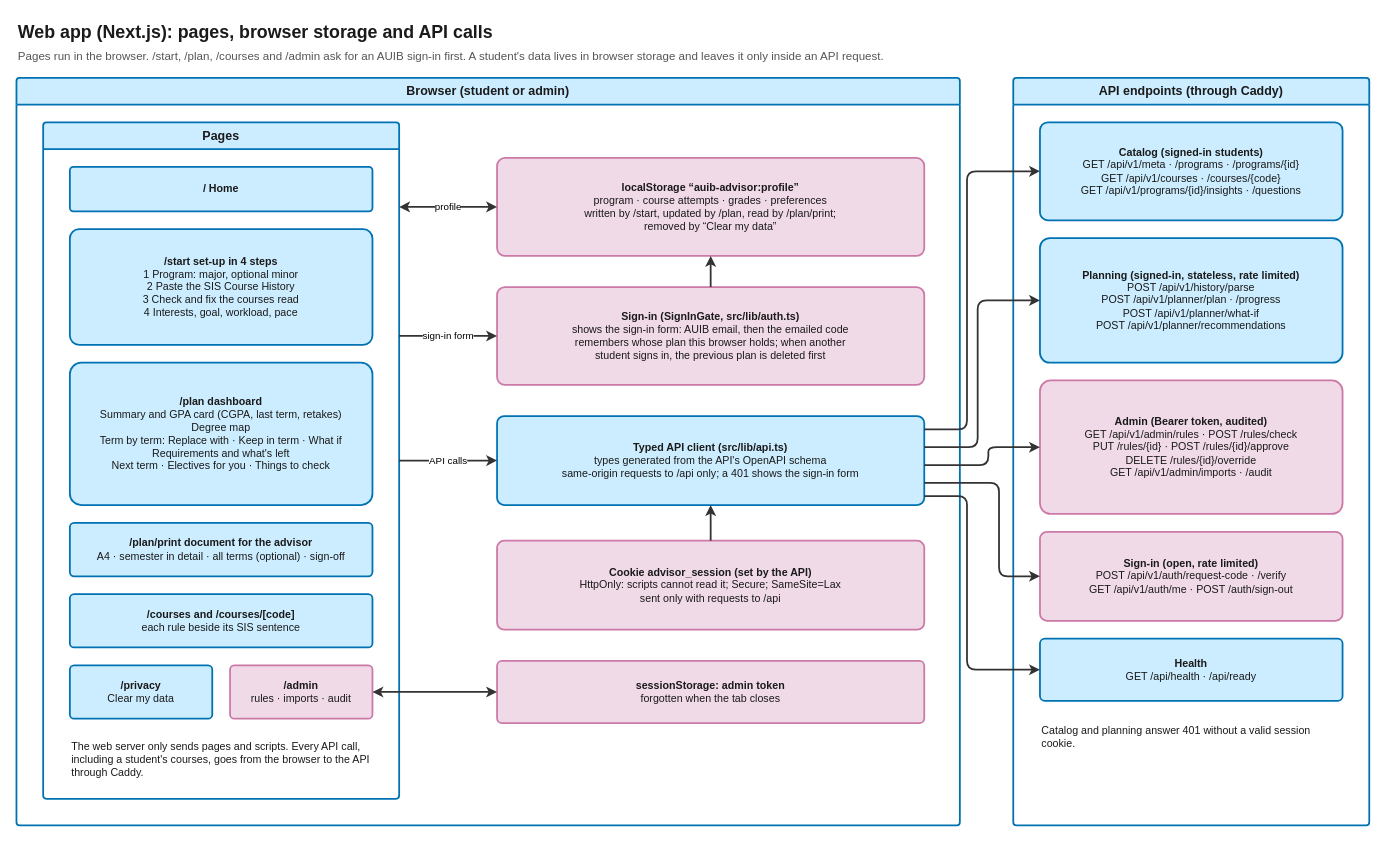
The draw.io diagram docs/diagrams/02-web-app.drawio in zaniixx/AUIB-Academic-Advisor, before the edit. Source tidied: cells renumbered, new cells numbered last; positions are measured from the earlier drawing's top-left corner, leaving out a move shared by most shapes. Both pictures are drawn from the tidied source at 89%, with x=0, y=0 at pixel (16, 15).
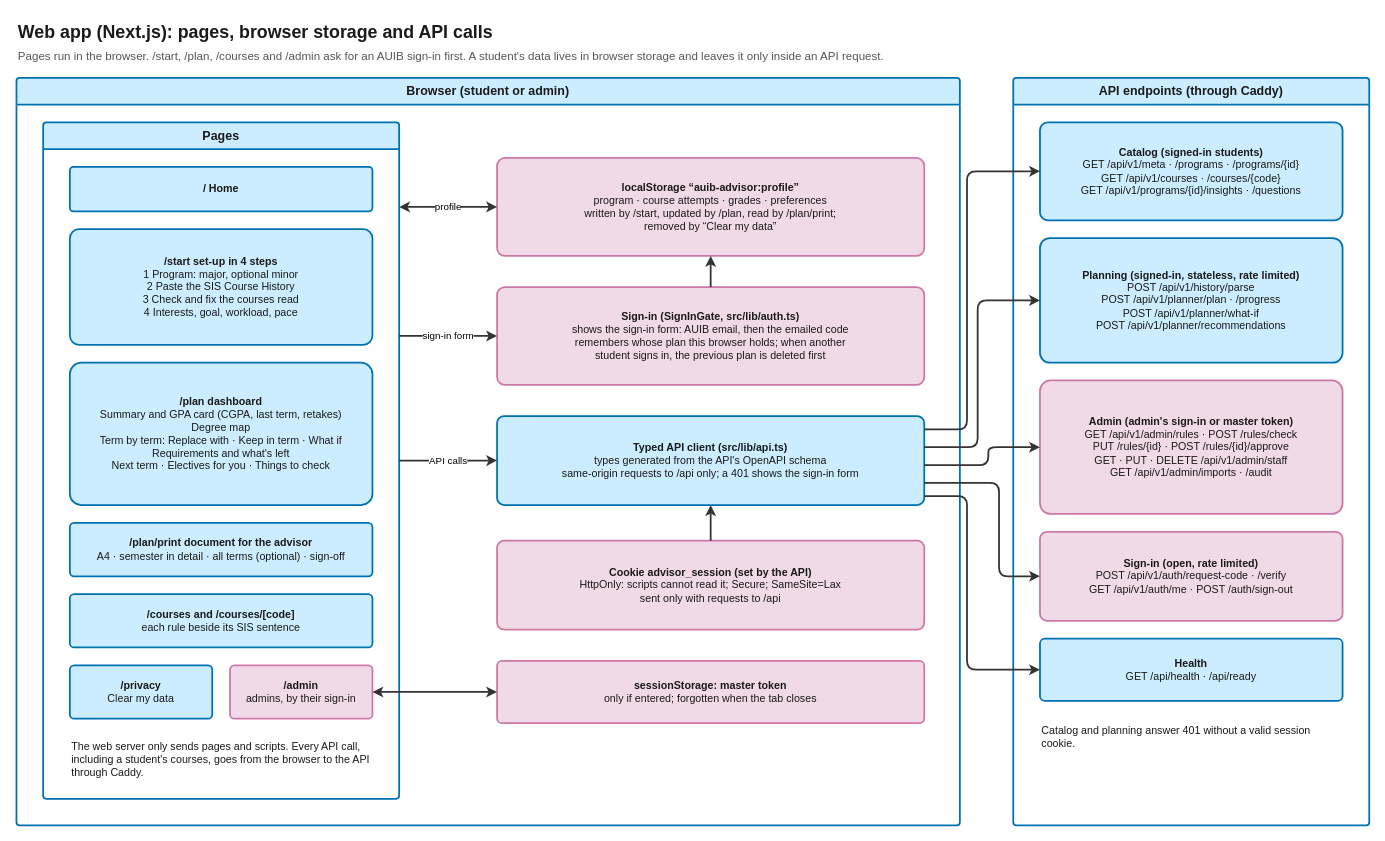
The same page after the edit.

Unchanged cells that the change refers to:
```xml
<mxCell id="3" value="Browser (student or admin)" style="swimlane;startSize=30;html=1;whiteSpace=wrap;fillColor=#ccedff;strokeColor=#0072b2;swimlaneFillColor=#ffffff;fontColor=#1a1a1a;fontFamily=Helvetica;fontSize=14;fontStyle=1;strokeWidth=2;rounded=1;arcSize=4;" parent="1" vertex="1">
  <mxGeometry y="70" width="1060" height="840" as="geometry" />
</mxCell>
<mxCell id="4" value="Pages" style="swimlane;startSize=30;html=1;whiteSpace=wrap;fillColor=#ccedff;strokeColor=#0072b2;swimlaneFillColor=#ffffff;fontColor=#1a1a1a;fontFamily=Helvetica;fontSize=14;fontStyle=1;strokeWidth=2;rounded=1;arcSize=4;" parent="3" vertex="1">
  <mxGeometry x="30" y="50" width="400" height="760" as="geometry" />
</mxCell>
<mxCell id="18" value="API endpoints (through Caddy)" style="swimlane;startSize=30;html=1;whiteSpace=wrap;fillColor=#ccedff;strokeColor=#0072b2;swimlaneFillColor=#ffffff;fontColor=#1a1a1a;fontFamily=Helvetica;fontSize=14;fontStyle=1;strokeWidth=2;rounded=1;arcSize=4;" parent="1" vertex="1">
  <mxGeometry x="1120" y="70" width="400" height="840" as="geometry" />
</mxCell>
```

The edit, as a diff of the source:
```diff
@@
-    <mxCell id="11" value="&lt;b&gt;/admin&lt;/b&gt;&lt;br&gt;rules · imports · audit" style="rounded=1;arcSize=8;whiteSpace=wrap;html=1;fillColor=#f1dae7;strokeColor=#cc79a7;fontColor=#1a1a1a;fontFamily=Helvetica;fontSize=12;strokeWidth=2;verticalAlign=middle;" parent="4" vertex="1">
+    <mxCell id="11" value="&lt;b&gt;/admin&lt;/b&gt;&lt;br&gt;admins, by their sign-in" style="rounded=1;arcSize=8;whiteSpace=wrap;html=1;fillColor=#f1dae7;strokeColor=#cc79a7;fontColor=#1a1a1a;fontFamily=Helvetica;fontSize=12;strokeWidth=2;verticalAlign=middle;" parent="4" vertex="1">
       <mxGeometry x="210" y="610" width="160" height="60" as="geometry" />
     </mxCell>
@@
-    <mxCell id="17" value="&lt;b&gt;sessionStorage: admin token&lt;/b&gt;&lt;br&gt;forgotten when the tab closes" style="rounded=1;arcSize=8;whiteSpace=wrap;html=1;fillColor=#f1dae7;strokeColor=#cc79a7;fontColor=#1a1a1a;fontFamily=Helvetica;fontSize=12;strokeWidth=2;verticalAlign=middle;" parent="3" vertex="1">
+    <mxCell id="17" value="&lt;b&gt;sessionStorage: master token&lt;/b&gt;&lt;br&gt;only if entered; forgotten when the tab closes" style="rounded=1;arcSize=8;whiteSpace=wrap;html=1;fillColor=#f1dae7;strokeColor=#cc79a7;fontColor=#1a1a1a;fontFamily=Helvetica;fontSize=12;strokeWidth=2;verticalAlign=middle;" parent="3" vertex="1">
       <mxGeometry x="540" y="655" width="480" height="70" as="geometry" />
     </mxCell>
@@
-    <mxCell id="21" value="&lt;b&gt;Admin (Bearer token, audited)&lt;/b&gt;&lt;br&gt;GET /api/v1/admin/rules · POST /rules/check&lt;br&gt;PUT /rules/{id} · POST /rules/{id}/approve&lt;br&gt;DELETE /rules/{id}/override&lt;br&gt;GET /api/v1/admin/imports · /audit" style="rounded=1;arcSize=8;whiteSpace=wrap;html=1;fillColor=#f1dae7;strokeColor=#cc79a7;fontColor=#1a1a1a;fontFamily=Helvetica;fontSize=12;strokeWidth=2;verticalAlign=middle;" parent="18" vertex="1">
+    <mxCell id="21" value="&lt;b&gt;Admin (admin's sign-in or master token)&lt;/b&gt;&lt;br&gt;GET /api/v1/admin/rules · POST /rules/check&lt;br&gt;PUT /rules/{id} · POST /rules/{id}/approve&lt;br&gt;GET · PUT · DELETE /api/v1/admin/staff&lt;br&gt;GET /api/v1/admin/imports · /audit" style="rounded=1;arcSize=8;whiteSpace=wrap;html=1;fillColor=#f1dae7;strokeColor=#cc79a7;fontColor=#1a1a1a;fontFamily=Helvetica;fontSize=12;strokeWidth=2;verticalAlign=middle;" parent="18" vertex="1">
       <mxGeometry x="30" y="340" width="340" height="150" as="geometry" />
     </mxCell>
```
